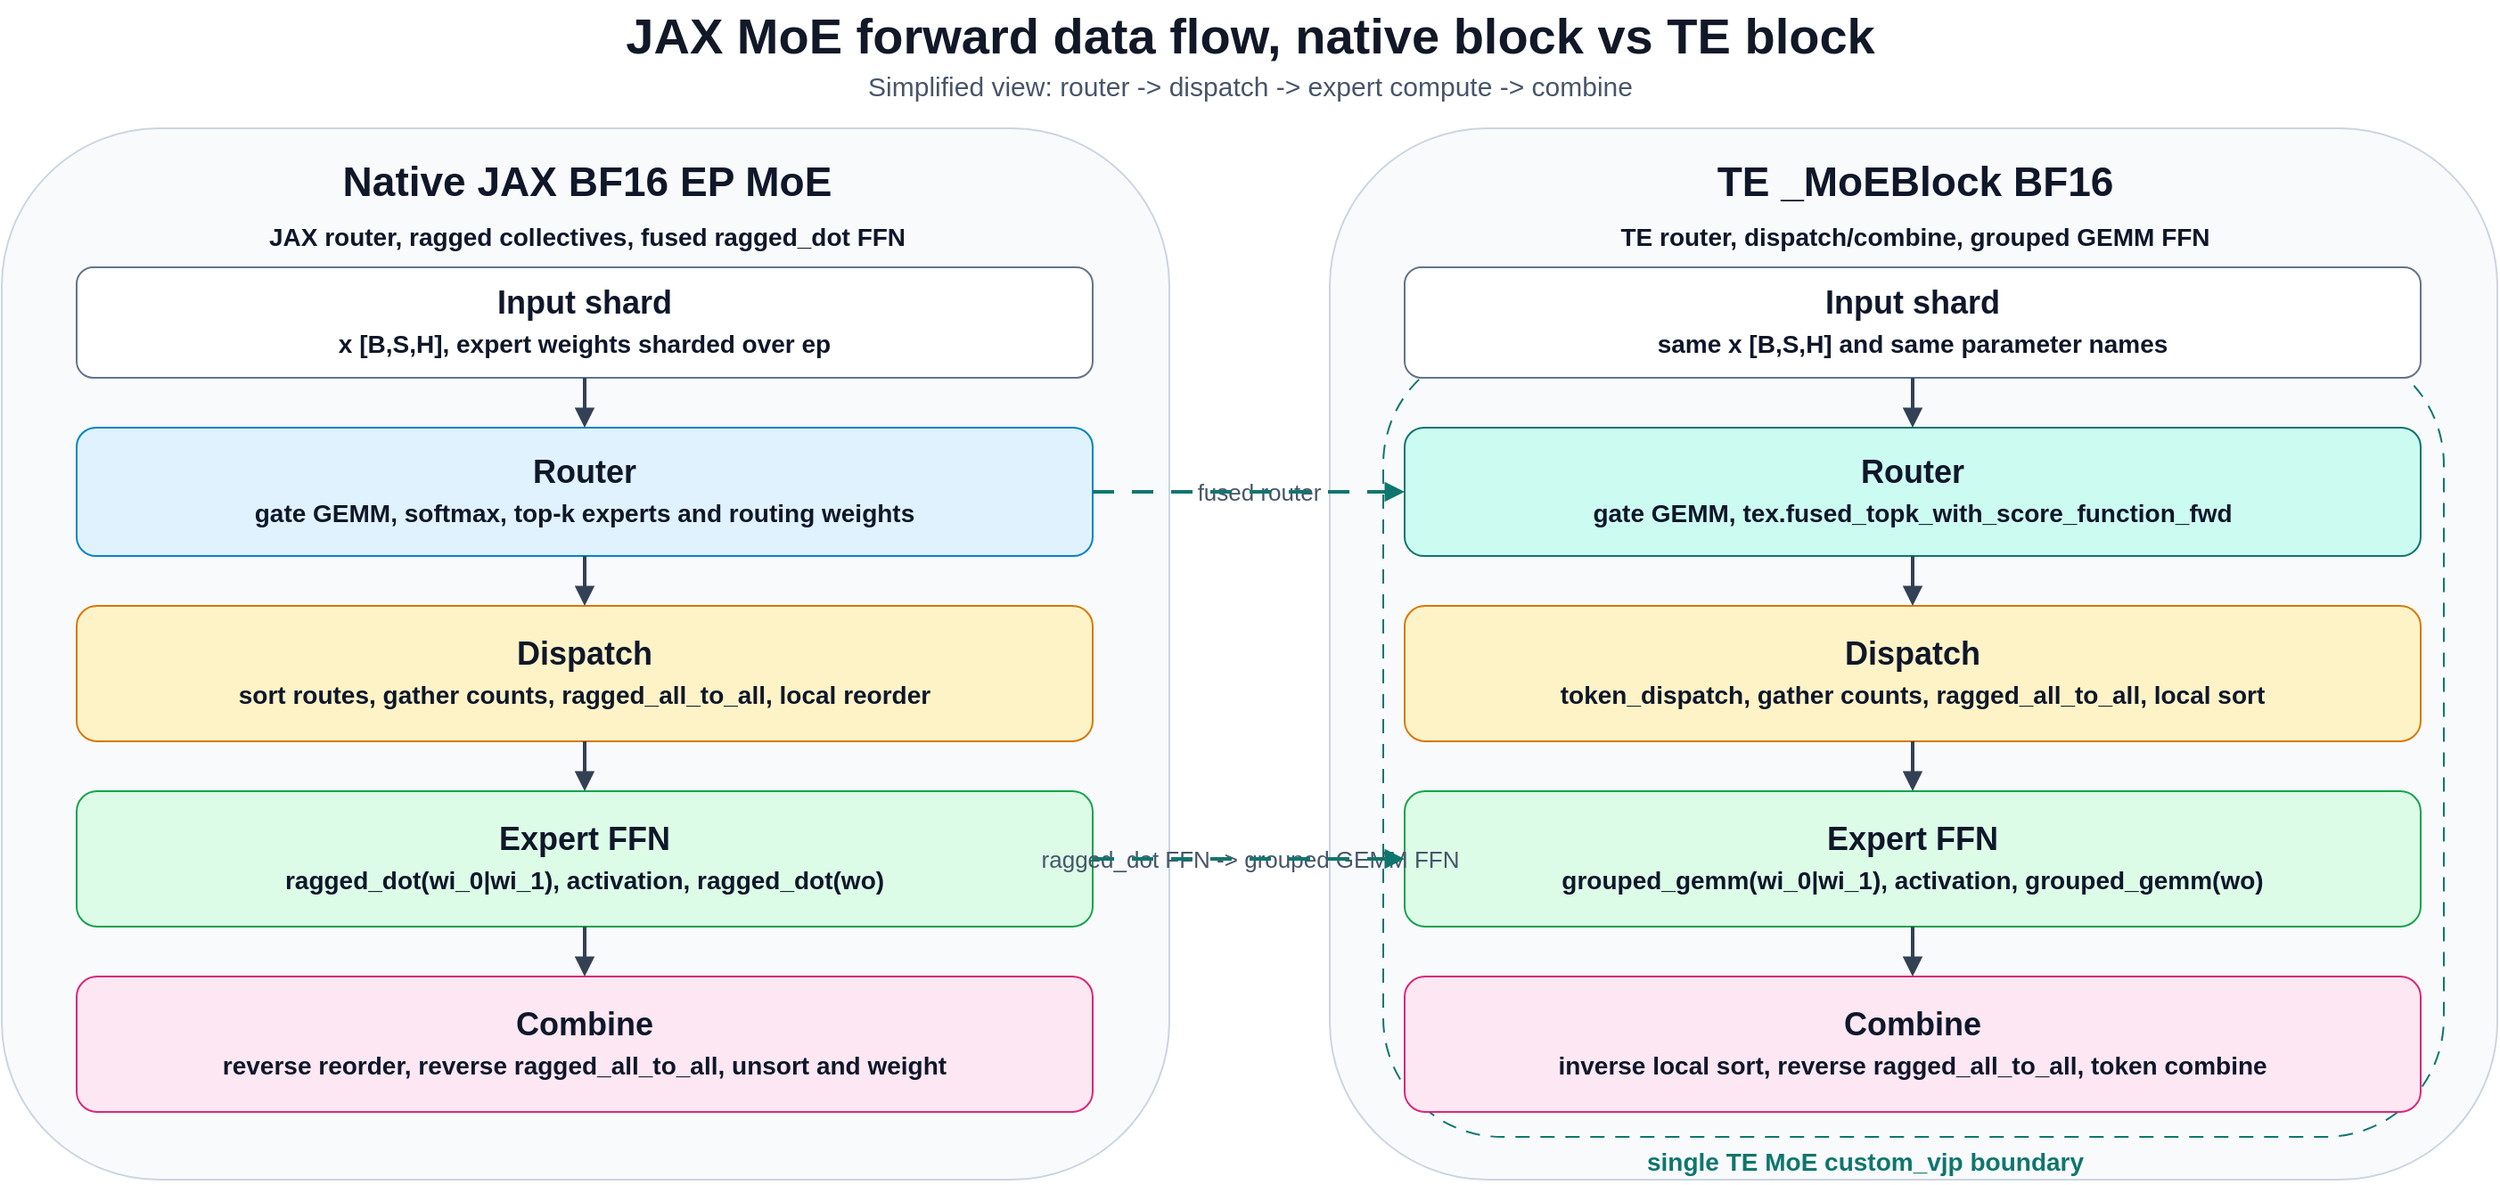
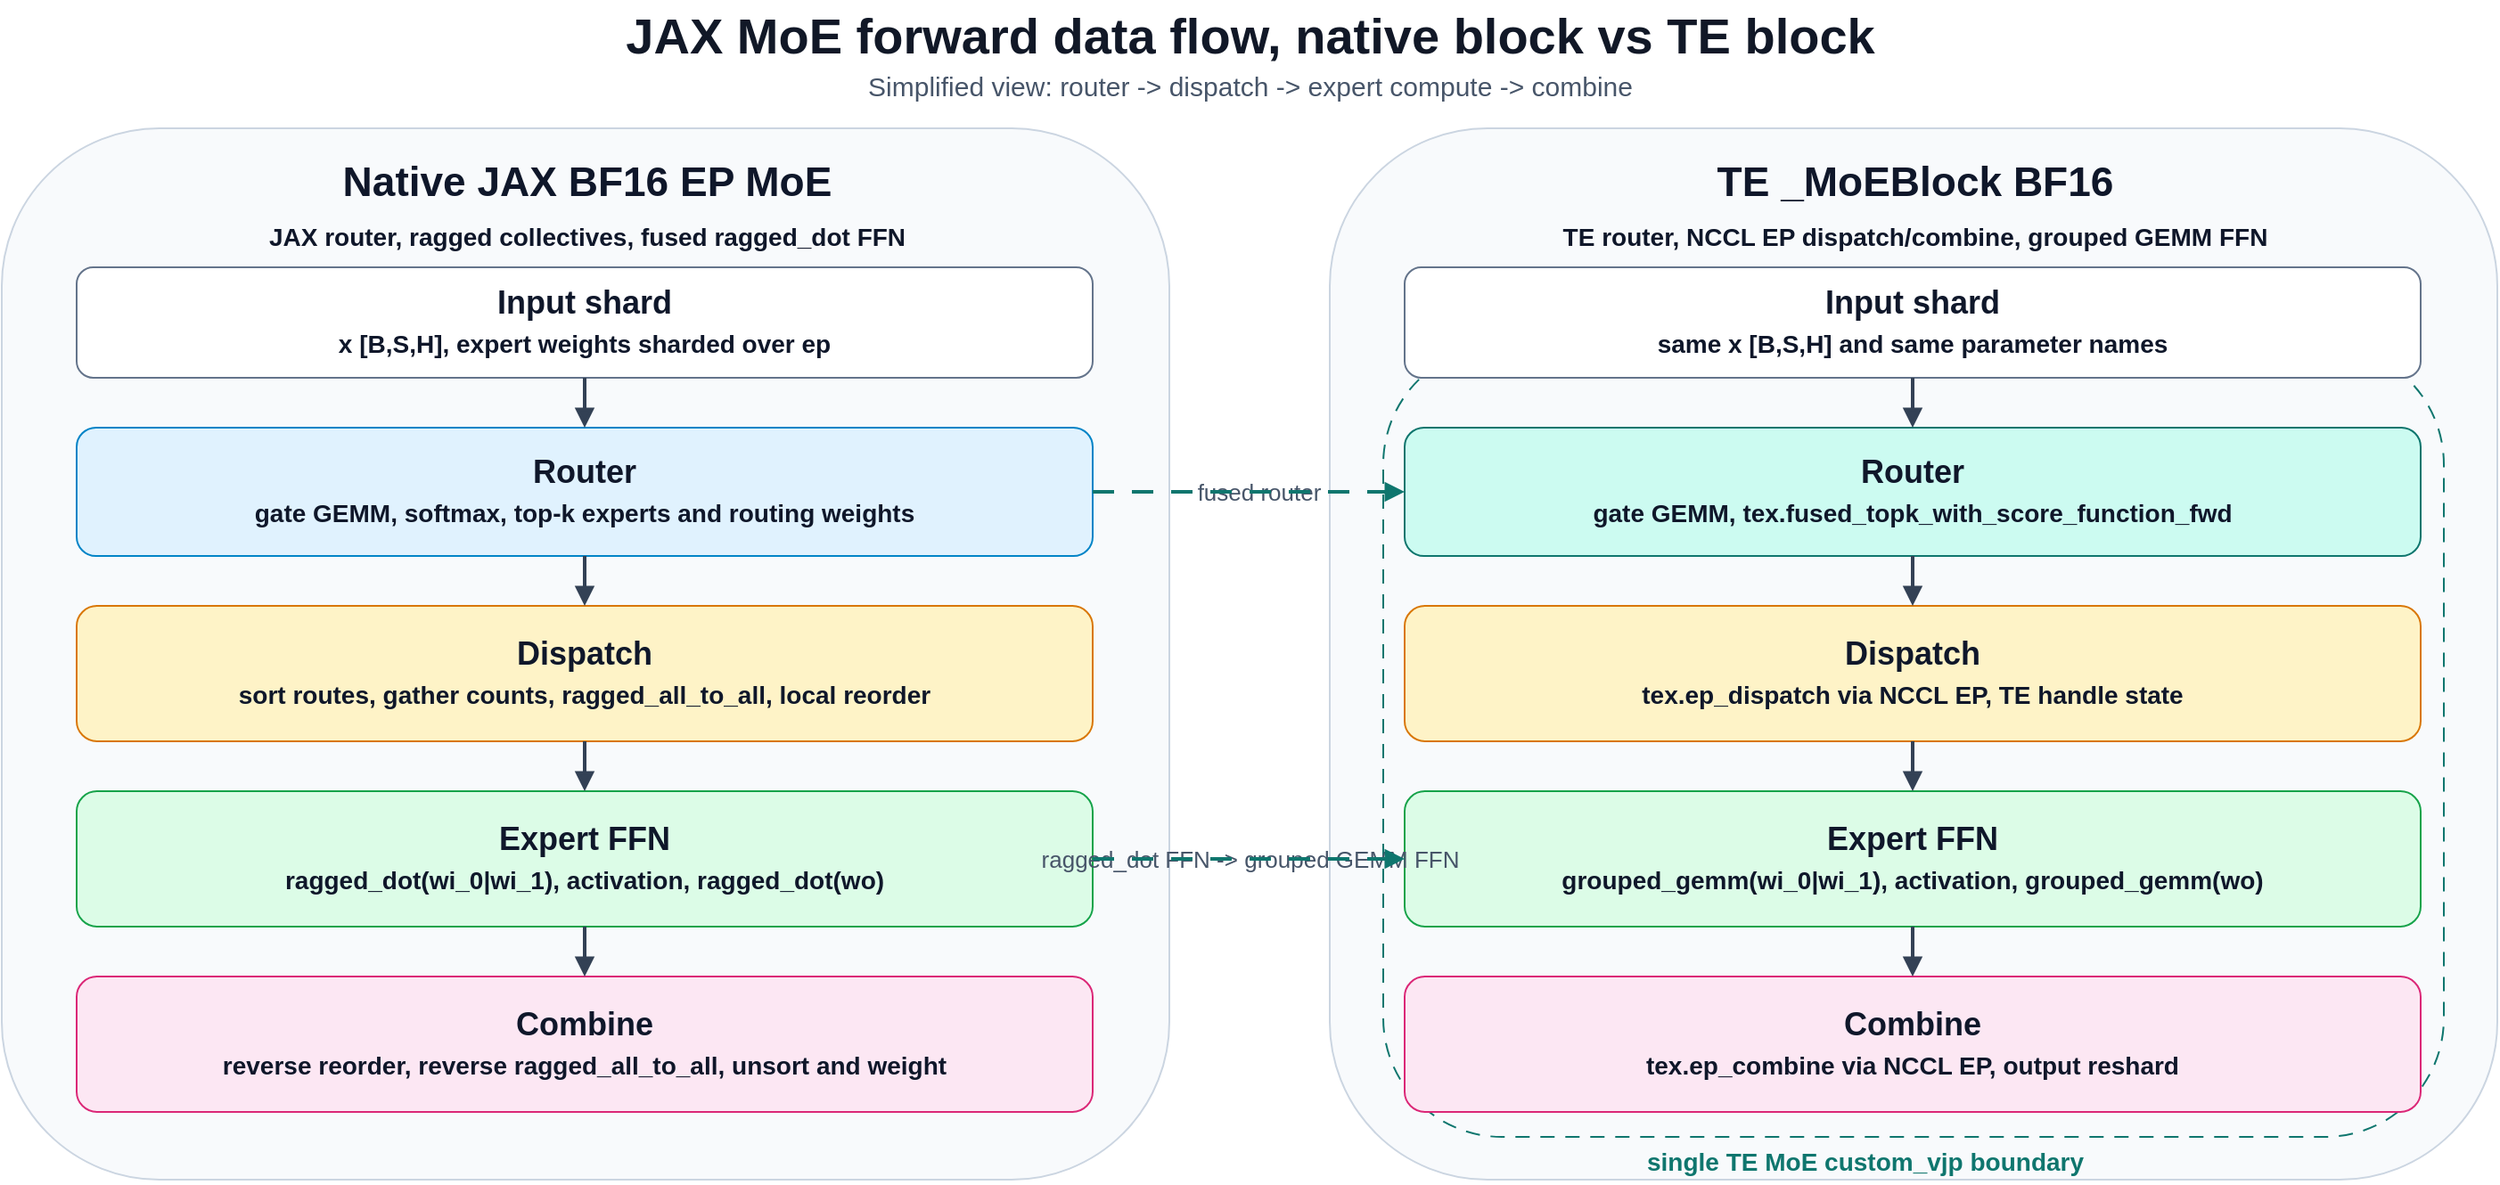
<mxfile host="app.diagrams.net" modified="2026-06-04T00:00:00.000Z" agent="Codex" version="24.7.17" type="device">
  <diagram id="jax-moe-native-vs-te-flow" name="JAX MoE native vs TE flow">
    <mxGraphModel dx="1500" dy="760" grid="1" gridSize="10" guides="1" tooltips="1" connect="1" arrows="1" fold="1" page="1" pageScale="1" pageWidth="1500" pageHeight="760" math="0" shadow="0">
      <root>
        <mxCell id="0"/>
        <mxCell id="1" parent="0"/>
        <mxCell id="title" value="JAX MoE forward data flow, native block vs TE block" style="text;html=1;strokeColor=none;fillColor=none;fontSize=28;fontStyle=1;fontColor=#111827;align=center;verticalAlign=middle;" vertex="1" parent="1"><mxGeometry x="250" y="20" width="1000" height="40" as="geometry"/></mxCell>
        <mxCell id="subtitle" value="Simplified view: router -&amp;gt; dispatch -&amp;gt; expert compute -&amp;gt; combine" style="text;html=1;strokeColor=none;fillColor=none;fontSize=15;fontColor=#475569;align=center;verticalAlign=middle;" vertex="1" parent="1"><mxGeometry x="250" y="54" width="1000" height="28" as="geometry"/></mxCell>
        <mxCell id="native_lane" value="" style="rounded=1;whiteSpace=wrap;html=1;fillColor=#f8fafc;strokeColor=#cbd5e1;" vertex="1" parent="1"><mxGeometry x="50" y="92" width="655" height="590" as="geometry"/></mxCell>
        <mxCell id="te_lane" value="" style="rounded=1;whiteSpace=wrap;html=1;fillColor=#f8fafc;strokeColor=#cbd5e1;" vertex="1" parent="1"><mxGeometry x="795" y="92" width="655" height="590" as="geometry"/></mxCell>
        <mxCell id="native_header" value="Native JAX BF16 EP MoE&lt;br/&gt;&lt;font style=&quot;font-size: 14px&quot;&gt;JAX router, ragged collectives, fused ragged_dot FFN&lt;/font&gt;" style="text;html=1;strokeColor=none;fillColor=none;fontSize=23;fontStyle=1;fontColor=#0f172a;align=center;verticalAlign=middle;" vertex="1" parent="1"><mxGeometry x="80" y="110" width="595" height="52" as="geometry"/></mxCell>
-         <mxCell id="te_header" value="TE _MoEBlock BF16&lt;br/&gt;&lt;font style=&quot;font-size: 14px&quot;&gt;TE router, dispatch/combine, grouped GEMM FFN&lt;/font&gt;" style="text;html=1;strokeColor=none;fillColor=none;fontSize=23;fontStyle=1;fontColor=#0f172a;align=center;verticalAlign=middle;" vertex="1" parent="1"><mxGeometry x="825" y="110" width="595" height="52" as="geometry"/></mxCell>
+         <mxCell id="te_header" value="TE _MoEBlock BF16&lt;br/&gt;&lt;font style=&quot;font-size: 14px&quot;&gt;TE router, NCCL EP dispatch/combine, grouped GEMM FFN&lt;/font&gt;" style="text;html=1;strokeColor=none;fillColor=none;fontSize=23;fontStyle=1;fontColor=#0f172a;align=center;verticalAlign=middle;" vertex="1" parent="1"><mxGeometry x="825" y="110" width="595" height="52" as="geometry"/></mxCell>
        <mxCell id="te_vjp" value="" style="rounded=1;whiteSpace=wrap;html=1;fillColor=none;strokeColor=#0f766e;dashed=1;dashPattern=8 6;" vertex="1" parent="1"><mxGeometry x="825" y="214" width="595" height="444" as="geometry"/></mxCell>
        <mxCell id="te_vjp_label" value="single TE MoE custom_vjp boundary" style="text;html=1;strokeColor=none;fillColor=none;fontSize=14;fontStyle=1;fontColor=#0f766e;align=center;verticalAlign=middle;" vertex="1" parent="1"><mxGeometry x="970" y="660" width="250" height="24" as="geometry"/></mxCell>

        <mxCell id="n0" value="Input shard&lt;br/&gt;&lt;font style=&quot;font-size: 14px&quot;&gt;x [B,S,H], expert weights sharded over ep&lt;/font&gt;" style="rounded=1;whiteSpace=wrap;html=1;fillColor=#ffffff;strokeColor=#64748b;fontSize=18;fontStyle=1;fontColor=#0f172a;align=center;verticalAlign=middle;" vertex="1" parent="1"><mxGeometry x="92" y="170" width="570" height="62" as="geometry"/></mxCell>
        <mxCell id="n1" value="Router&lt;br/&gt;&lt;font style=&quot;font-size: 14px&quot;&gt;gate GEMM, softmax, top-k experts and routing weights&lt;/font&gt;" style="rounded=1;whiteSpace=wrap;html=1;fillColor=#e0f2fe;strokeColor=#0284c7;fontSize=18;fontStyle=1;fontColor=#0f172a;align=center;verticalAlign=middle;" vertex="1" parent="1"><mxGeometry x="92" y="260" width="570" height="72" as="geometry"/></mxCell>
        <mxCell id="n2" value="Dispatch&lt;br/&gt;&lt;font style=&quot;font-size: 14px&quot;&gt;sort routes, gather counts, ragged_all_to_all, local reorder&lt;/font&gt;" style="rounded=1;whiteSpace=wrap;html=1;fillColor=#fef3c7;strokeColor=#d97706;fontSize=18;fontStyle=1;fontColor=#0f172a;align=center;verticalAlign=middle;" vertex="1" parent="1"><mxGeometry x="92" y="360" width="570" height="76" as="geometry"/></mxCell>
        <mxCell id="n3" value="Expert FFN&lt;br/&gt;&lt;font style=&quot;font-size: 14px&quot;&gt;ragged_dot(wi_0|wi_1), activation, ragged_dot(wo)&lt;/font&gt;" style="rounded=1;whiteSpace=wrap;html=1;fillColor=#dcfce7;strokeColor=#16a34a;fontSize=18;fontStyle=1;fontColor=#0f172a;align=center;verticalAlign=middle;" vertex="1" parent="1"><mxGeometry x="92" y="464" width="570" height="76" as="geometry"/></mxCell>
        <mxCell id="n4" value="Combine&lt;br/&gt;&lt;font style=&quot;font-size: 14px&quot;&gt;reverse reorder, reverse ragged_all_to_all, unsort and weight&lt;/font&gt;" style="rounded=1;whiteSpace=wrap;html=1;fillColor=#fce7f3;strokeColor=#db2777;fontSize=18;fontStyle=1;fontColor=#0f172a;align=center;verticalAlign=middle;" vertex="1" parent="1"><mxGeometry x="92" y="568" width="570" height="76" as="geometry"/></mxCell>

        <mxCell id="t0" value="Input shard&lt;br/&gt;&lt;font style=&quot;font-size: 14px&quot;&gt;same x [B,S,H] and same parameter names&lt;/font&gt;" style="rounded=1;whiteSpace=wrap;html=1;fillColor=#ffffff;strokeColor=#64748b;fontSize=18;fontStyle=1;fontColor=#0f172a;align=center;verticalAlign=middle;" vertex="1" parent="1"><mxGeometry x="837" y="170" width="570" height="62" as="geometry"/></mxCell>
        <mxCell id="t1" value="Router&lt;br/&gt;&lt;font style=&quot;font-size: 14px&quot;&gt;gate GEMM, tex.fused_topk_with_score_function_fwd&lt;/font&gt;" style="rounded=1;whiteSpace=wrap;html=1;fillColor=#ccfbf1;strokeColor=#0f766e;fontSize=18;fontStyle=1;fontColor=#0f172a;align=center;verticalAlign=middle;" vertex="1" parent="1"><mxGeometry x="837" y="260" width="570" height="72" as="geometry"/></mxCell>
-         <mxCell id="t2" value="Dispatch&lt;br/&gt;&lt;font style=&quot;font-size: 14px&quot;&gt;token_dispatch, gather counts, ragged_all_to_all, local sort&lt;/font&gt;" style="rounded=1;whiteSpace=wrap;html=1;fillColor=#fef3c7;strokeColor=#d97706;fontSize=18;fontStyle=1;fontColor=#0f172a;align=center;verticalAlign=middle;" vertex="1" parent="1"><mxGeometry x="837" y="360" width="570" height="76" as="geometry"/></mxCell>
+         <mxCell id="t2" value="Dispatch&lt;br/&gt;&lt;font style=&quot;font-size: 14px&quot;&gt;tex.ep_dispatch via NCCL EP, TE handle state&lt;/font&gt;" style="rounded=1;whiteSpace=wrap;html=1;fillColor=#fef3c7;strokeColor=#d97706;fontSize=18;fontStyle=1;fontColor=#0f172a;align=center;verticalAlign=middle;" vertex="1" parent="1"><mxGeometry x="837" y="360" width="570" height="76" as="geometry"/></mxCell>
        <mxCell id="t3" value="Expert FFN&lt;br/&gt;&lt;font style=&quot;font-size: 14px&quot;&gt;grouped_gemm(wi_0|wi_1), activation, grouped_gemm(wo)&lt;/font&gt;" style="rounded=1;whiteSpace=wrap;html=1;fillColor=#dcfce7;strokeColor=#16a34a;fontSize=18;fontStyle=1;fontColor=#0f172a;align=center;verticalAlign=middle;" vertex="1" parent="1"><mxGeometry x="837" y="464" width="570" height="76" as="geometry"/></mxCell>
-         <mxCell id="t4" value="Combine&lt;br/&gt;&lt;font style=&quot;font-size: 14px&quot;&gt;inverse local sort, reverse ragged_all_to_all, token combine&lt;/font&gt;" style="rounded=1;whiteSpace=wrap;html=1;fillColor=#fce7f3;strokeColor=#db2777;fontSize=18;fontStyle=1;fontColor=#0f172a;align=center;verticalAlign=middle;" vertex="1" parent="1"><mxGeometry x="837" y="568" width="570" height="76" as="geometry"/></mxCell>
+         <mxCell id="t4" value="Combine&lt;br/&gt;&lt;font style=&quot;font-size: 14px&quot;&gt;tex.ep_combine via NCCL EP, output reshard&lt;/font&gt;" style="rounded=1;whiteSpace=wrap;html=1;fillColor=#fce7f3;strokeColor=#db2777;fontSize=18;fontStyle=1;fontColor=#0f172a;align=center;verticalAlign=middle;" vertex="1" parent="1"><mxGeometry x="837" y="568" width="570" height="76" as="geometry"/></mxCell>

        <mxCell id="e_n0_n1" value="" style="endArrow=block;html=1;rounded=0;strokeColor=#334155;strokeWidth=2;" edge="1" parent="1" source="n0" target="n1"><mxGeometry relative="1" as="geometry"/></mxCell>
        <mxCell id="e_n1_n2" value="" style="endArrow=block;html=1;rounded=0;strokeColor=#334155;strokeWidth=2;" edge="1" parent="1" source="n1" target="n2"><mxGeometry relative="1" as="geometry"/></mxCell>
        <mxCell id="e_n2_n3" value="" style="endArrow=block;html=1;rounded=0;strokeColor=#334155;strokeWidth=2;" edge="1" parent="1" source="n2" target="n3"><mxGeometry relative="1" as="geometry"/></mxCell>
        <mxCell id="e_n3_n4" value="" style="endArrow=block;html=1;rounded=0;strokeColor=#334155;strokeWidth=2;" edge="1" parent="1" source="n3" target="n4"><mxGeometry relative="1" as="geometry"/></mxCell>
        <mxCell id="e_t0_t1" value="" style="endArrow=block;html=1;rounded=0;strokeColor=#334155;strokeWidth=2;" edge="1" parent="1" source="t0" target="t1"><mxGeometry relative="1" as="geometry"/></mxCell>
        <mxCell id="e_t1_t2" value="" style="endArrow=block;html=1;rounded=0;strokeColor=#334155;strokeWidth=2;" edge="1" parent="1" source="t1" target="t2"><mxGeometry relative="1" as="geometry"/></mxCell>
        <mxCell id="e_t2_t3" value="" style="endArrow=block;html=1;rounded=0;strokeColor=#334155;strokeWidth=2;" edge="1" parent="1" source="t2" target="t3"><mxGeometry relative="1" as="geometry"/></mxCell>
        <mxCell id="e_t3_t4" value="" style="endArrow=block;html=1;rounded=0;strokeColor=#334155;strokeWidth=2;" edge="1" parent="1" source="t3" target="t4"><mxGeometry relative="1" as="geometry"/></mxCell>
        <mxCell id="diff_router_text" value="fused router" style="text;html=1;strokeColor=none;fillColor=none;fontSize=13;fontColor=#475569;align=center;verticalAlign=middle;" vertex="1" parent="1"><mxGeometry x="690" y="284" width="130" height="24" as="geometry"/></mxCell>
        <mxCell id="diff_router_edge" value="" style="endArrow=block;html=1;rounded=0;strokeColor=#0f766e;strokeWidth=2;dashed=1;dashPattern=6 5;" edge="1" parent="1" source="n1" target="t1"><mxGeometry relative="1" as="geometry"/></mxCell>
        <mxCell id="diff_compute_text" value="ragged_dot FFN -&amp;gt; grouped GEMM FFN" style="text;html=1;strokeColor=none;fillColor=none;fontSize=13;fontColor=#475569;align=center;verticalAlign=middle;" vertex="1" parent="1"><mxGeometry x="630" y="490" width="240" height="24" as="geometry"/></mxCell>
        <mxCell id="diff_compute_edge" value="" style="endArrow=block;html=1;rounded=0;strokeColor=#0f766e;strokeWidth=2;dashed=1;dashPattern=6 5;" edge="1" parent="1" source="n3" target="t3"><mxGeometry relative="1" as="geometry"/></mxCell>
      </root>
    </mxGraphModel>
  </diagram>
</mxfile>
